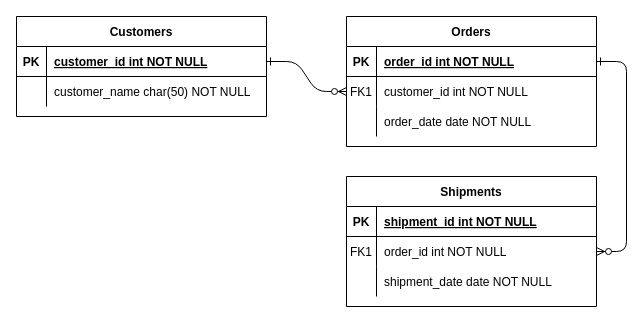
Above: Todo.drawio in Powerloop400/todo-app (draw.io), before the change. Source tidied: cells renumbered, new cells numbered last; positions are measured from the earlier drawing's top-left corner, leaving out a move shared by most shapes. Both pictures are drawn from the tidied source at 100%, with x=0, y=0 at pixel (16, 16).
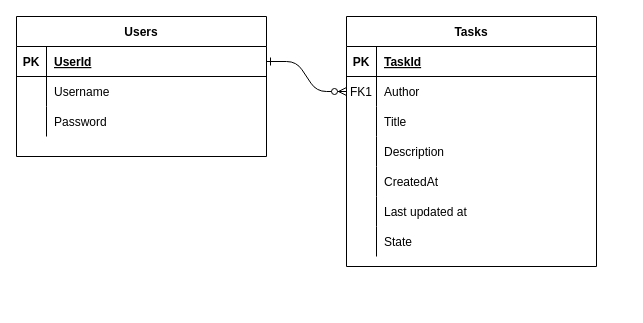
Above is the later version.

The change refers to these unchanged cells:
```xml
<mxCell id="5" style="shape=partialRectangle;fillColor=none;points=[[0,0.5],[1,0.5]];portConstraint=eastwest;top=0;left=0;right=0;bottom=1;" parent="4" vertex="1">
  <mxGeometry y="30" width="250" height="30" as="geometry" />
</mxCell>
<mxCell id="8" style="shape=partialRectangle;fillColor=none;points=[[0,0.5],[1,0.5]];portConstraint=eastwest;top=0;left=0;right=0;bottom=0;" parent="4" vertex="1">
  <mxGeometry y="60" width="250" height="30" as="geometry" />
</mxCell>
<mxCell id="11" style="shape=partialRectangle;fillColor=none;top=0;left=0;right=0;bottom=0;" parent="4" vertex="1">
  <mxGeometry y="90" width="250" height="30" as="geometry" />
</mxCell>
```

The edit, as a diff of the source:
```diff
@@
-    <mxCell id="3" style="edgeStyle=entityRelationEdgeStyle;endArrow=ERzeroToMany;startArrow=ERone;endFill=1;startFill=0;" parent="1" edge="1" source="5" target="18">
-      <mxGeometry relative="1" as="geometry" />
-    </mxCell>
+    <mxCell id="24" value="Users" style="shape=table;startSize=30;childLayout=tableLayout;rowLines=0;fontStyle=1;align=center;" parent="1" vertex="1">
+      <mxGeometry width="250" height="140" as="geometry" />
+    </mxCell>
+    <mxCell id="25" style="shape=partialRectangle;fillColor=none;points=[[0,0.5],[1,0.5]];portConstraint=eastwest;top=0;left=0;right=0;bottom=1;" parent="24" vertex="1">
+      <mxGeometry y="30" width="250" height="30" as="geometry" />
+    </mxCell>
+    <mxCell id="26" value="PK" style="shape=partialRectangle;overflow=hidden;fillColor=none;top=0;left=0;bottom=0;right=0;fontStyle=1;" parent="25" vertex="1">
+      <mxGeometry width="30" height="30" as="geometry" />
+    </mxCell>
+    <mxCell id="27" value="UserId" style="shape=partialRectangle;overflow=hidden;fillColor=none;top=0;left=0;bottom=0;right=0;align=left;spacingLeft=6;fontStyle=5;" parent="25" vertex="1">
+      <mxGeometry x="30" width="220" height="30" as="geometry" />
+    </mxCell>
+    <mxCell id="28" style="shape=partialRectangle;fillColor=none;top=0;left=0;right=0;bottom=0;" parent="24" vertex="1">
+      <mxGeometry y="60" width="250" height="30" as="geometry" />
+    </mxCell>
+    <mxCell id="29" style="shape=partialRectangle;overflow=hidden;fillColor=none;top=0;left=0;bottom=0;right=0;" parent="28" vertex="1">
+      <mxGeometry width="30" height="30" as="geometry" />
+    </mxCell>
+    <mxCell id="30" value="Username" style="shape=partialRectangle;overflow=hidden;fillColor=none;top=0;left=0;bottom=0;right=0;align=left;spacingLeft=6;" parent="28" vertex="1">
+      <mxGeometry x="30" width="220" height="30" as="geometry" />
+    </mxCell>
+    <mxCell id="21" style="shape=partialRectangle;fillColor=none;top=0;left=0;right=0;bottom=0;" parent="24" vertex="1">
+      <mxGeometry y="90" width="250" height="30" as="geometry" />
+    </mxCell>
+    <mxCell id="31" style="shape=partialRectangle;overflow=hidden;fillColor=none;top=0;left=0;bottom=0;right=0;" parent="21" vertex="1">
+      <mxGeometry width="30" height="30" as="geometry" />
+    </mxCell>
+    <mxCell id="32" value="Password" style="shape=partialRectangle;overflow=hidden;fillColor=none;top=0;left=0;bottom=0;right=0;align=left;spacingLeft=6;" parent="21" vertex="1">
+      <mxGeometry x="30" width="220" height="30" as="geometry" />
+    </mxCell>
-    <mxCell id="4" value="Orders" style="shape=table;startSize=30;childLayout=tableLayout;rowLines=0;fontStyle=1;align=center;" parent="1" vertex="1">
-      <mxGeometry x="330" width="250" height="130" as="geometry" />
+    <mxCell id="4" value="Tasks" style="shape=table;startSize=30;childLayout=tableLayout;rowLines=0;fontStyle=1;align=center;" parent="1" vertex="1">
+      <mxGeometry x="330" width="250" height="250" as="geometry" />
     </mxCell>
@@
-    <mxCell id="7" value="order_id int NOT NULL " style="shape=partialRectangle;overflow=hidden;fillColor=none;top=0;left=0;bottom=0;right=0;align=left;spacingLeft=6;fontStyle=5;" parent="5" vertex="1">
+    <mxCell id="7" value="TaskId" style="shape=partialRectangle;overflow=hidden;fillColor=none;top=0;left=0;bottom=0;right=0;align=left;spacingLeft=6;fontStyle=5;" parent="5" vertex="1">
       <mxGeometry x="30" width="220" height="30" as="geometry" />
     </mxCell>
@@
-    <mxCell id="10" value="customer_id int NOT NULL" style="shape=partialRectangle;overflow=hidden;fillColor=none;top=0;left=0;bottom=0;right=0;align=left;spacingLeft=6;" parent="8" vertex="1">
+    <mxCell id="10" value="Author" style="shape=partialRectangle;overflow=hidden;fillColor=none;top=0;left=0;bottom=0;right=0;align=left;spacingLeft=6;" parent="8" vertex="1">
       <mxGeometry x="30" width="220" height="30" as="geometry" />
     </mxCell>
@@
-    <mxCell id="13" value="order_date date NOT NULL" style="shape=partialRectangle;overflow=hidden;fillColor=none;top=0;left=0;bottom=0;right=0;align=left;spacingLeft=6;" parent="11" vertex="1">
+    <mxCell id="13" value="Title" style="shape=partialRectangle;overflow=hidden;fillColor=none;top=0;left=0;bottom=0;right=0;align=left;spacingLeft=6;" parent="11" vertex="1">
       <mxGeometry x="30" width="220" height="30" as="geometry" />
     </mxCell>
-    <mxCell id="14" value="Shipments" style="shape=table;startSize=30;childLayout=tableLayout;rowLines=0;fontStyle=1;align=center;" parent="1" vertex="1">
-      <mxGeometry x="330" y="160" width="250" height="130" as="geometry" />
-    </mxCell>
-    <mxCell id="15" style="shape=partialRectangle;fillColor=none;top=0;left=0;right=0;bottom=1;" parent="14" vertex="1">
-      <mxGeometry y="30" width="250" height="30" as="geometry" />
-    </mxCell>
-    <mxCell id="16" value="PK" style="shape=partialRectangle;overflow=hidden;fillColor=none;top=0;left=0;bottom=0;right=0;fontStyle=1;" parent="15" vertex="1">
-      <mxGeometry width="30" height="30" as="geometry" />
-    </mxCell>
-    <mxCell id="17" value="shipment_id int NOT NULL " style="shape=partialRectangle;overflow=hidden;fillColor=none;top=0;left=0;bottom=0;right=0;align=left;spacingLeft=6;fontStyle=5;" parent="15" vertex="1">
-      <mxGeometry x="30" width="220" height="30" as="geometry" />
-    </mxCell>
-    <mxCell id="18" style="shape=partialRectangle;fillColor=none;points=[[0,0.5],[1,0.5]];portConstraint=eastwest;top=0;left=0;right=0;bottom=0;" parent="14" vertex="1">
-      <mxGeometry y="60" width="250" height="30" as="geometry" />
-    </mxCell>
-    <mxCell id="19" value="FK1" style="shape=partialRectangle;overflow=hidden;fillColor=none;top=0;left=0;bottom=0;right=0;" parent="18" vertex="1">
-      <mxGeometry width="30" height="30" as="geometry" />
-    </mxCell>
-    <mxCell id="20" value="order_id int NOT NULL" style="shape=partialRectangle;overflow=hidden;fillColor=none;top=0;left=0;bottom=0;right=0;align=left;spacingLeft=6;" parent="18" vertex="1">
-      <mxGeometry x="30" width="220" height="30" as="geometry" />
-    </mxCell>
-    <mxCell id="21" style="shape=partialRectangle;fillColor=none;top=0;left=0;right=0;bottom=0;" parent="14" vertex="1">
-      <mxGeometry y="90" width="250" height="30" as="geometry" />
-    </mxCell>
-    <mxCell id="22" style="shape=partialRectangle;overflow=hidden;fillColor=none;top=0;left=0;bottom=0;right=0;" parent="21" vertex="1">
-      <mxGeometry width="30" height="30" as="geometry" />
-    </mxCell>
-    <mxCell id="23" value="shipment_date date NOT NULL" style="shape=partialRectangle;overflow=hidden;fillColor=none;top=0;left=0;bottom=0;right=0;align=left;spacingLeft=6;" parent="21" vertex="1">
-      <mxGeometry x="30" width="220" height="30" as="geometry" />
-    </mxCell>
-    <mxCell id="24" value="Customers" style="shape=table;startSize=30;childLayout=tableLayout;rowLines=0;fontStyle=1;align=center;" parent="1" vertex="1">
-      <mxGeometry width="250" height="100" as="geometry" />
-    </mxCell>
-    <mxCell id="25" style="shape=partialRectangle;fillColor=none;points=[[0,0.5],[1,0.5]];portConstraint=eastwest;top=0;left=0;right=0;bottom=1;" parent="24" vertex="1">
-      <mxGeometry y="30" width="250" height="30" as="geometry" />
-    </mxCell>
-    <mxCell id="26" value="PK" style="shape=partialRectangle;overflow=hidden;fillColor=none;top=0;left=0;bottom=0;right=0;fontStyle=1;" parent="25" vertex="1">
-      <mxGeometry width="30" height="30" as="geometry" />
-    </mxCell>
-    <mxCell id="27" value="customer_id int NOT NULL " style="shape=partialRectangle;overflow=hidden;fillColor=none;top=0;left=0;bottom=0;right=0;align=left;spacingLeft=6;fontStyle=5;" parent="25" vertex="1">
-      <mxGeometry x="30" width="220" height="30" as="geometry" />
-    </mxCell>
-    <mxCell id="28" style="shape=partialRectangle;fillColor=none;top=0;left=0;right=0;bottom=0;" parent="24" vertex="1">
-      <mxGeometry y="60" width="250" height="30" as="geometry" />
-    </mxCell>
-    <mxCell id="29" style="shape=partialRectangle;overflow=hidden;fillColor=none;top=0;left=0;bottom=0;right=0;" parent="28" vertex="1">
-      <mxGeometry width="30" height="30" as="geometry" />
-    </mxCell>
-    <mxCell id="30" value="customer_name char(50) NOT NULL" style="shape=partialRectangle;overflow=hidden;fillColor=none;top=0;left=0;bottom=0;right=0;align=left;spacingLeft=6;" parent="28" vertex="1">
-      <mxGeometry x="30" width="220" height="30" as="geometry" />
-    </mxCell>
+    <mxCell id="33" style="shape=partialRectangle;fillColor=none;top=0;left=0;right=0;bottom=0;" parent="4" vertex="1">
+      <mxGeometry y="120" width="250" height="30" as="geometry" />
+    </mxCell>
+    <mxCell id="34" style="shape=partialRectangle;overflow=hidden;fillColor=none;top=0;left=0;bottom=0;right=0;" parent="33" vertex="1">
+      <mxGeometry width="30" height="30" as="geometry" />
+    </mxCell>
+    <mxCell id="35" value="Description" style="shape=partialRectangle;overflow=hidden;fillColor=none;top=0;left=0;bottom=0;right=0;align=left;spacingLeft=6;" parent="33" vertex="1">
+      <mxGeometry x="30" width="220" height="30" as="geometry" />
+    </mxCell>
+    <mxCell id="36" style="shape=partialRectangle;fillColor=none;top=0;left=0;right=0;bottom=0;" parent="4" vertex="1">
+      <mxGeometry y="150" width="250" height="30" as="geometry" />
+    </mxCell>
+    <mxCell id="37" style="shape=partialRectangle;overflow=hidden;fillColor=none;top=0;left=0;bottom=0;right=0;" parent="36" vertex="1">
+      <mxGeometry width="30" height="30" as="geometry" />
+    </mxCell>
+    <mxCell id="38" value="CreatedAt " style="shape=partialRectangle;overflow=hidden;fillColor=none;top=0;left=0;bottom=0;right=0;align=left;spacingLeft=6;" parent="36" vertex="1">
+      <mxGeometry x="30" width="220" height="30" as="geometry" />
+    </mxCell>
+    <mxCell id="39" style="shape=partialRectangle;fillColor=none;top=0;left=0;right=0;bottom=0;" parent="4" vertex="1">
+      <mxGeometry y="180" width="250" height="30" as="geometry" />
+    </mxCell>
+    <mxCell id="40" style="shape=partialRectangle;overflow=hidden;fillColor=none;top=0;left=0;bottom=0;right=0;" parent="39" vertex="1">
+      <mxGeometry width="30" height="30" as="geometry" />
+    </mxCell>
+    <mxCell id="41" value="Last updated at " style="shape=partialRectangle;overflow=hidden;fillColor=none;top=0;left=0;bottom=0;right=0;align=left;spacingLeft=6;" parent="39" vertex="1">
+      <mxGeometry x="30" width="220" height="30" as="geometry" />
+    </mxCell>
+    <mxCell id="42" style="shape=partialRectangle;fillColor=none;top=0;left=0;right=0;bottom=0;" parent="4" vertex="1">
+      <mxGeometry y="210" width="250" height="30" as="geometry" />
+    </mxCell>
+    <mxCell id="43" style="shape=partialRectangle;overflow=hidden;fillColor=none;top=0;left=0;bottom=0;right=0;" parent="42" vertex="1">
+      <mxGeometry width="30" height="30" as="geometry" />
+    </mxCell>
+    <mxCell id="44" value="State" style="shape=partialRectangle;overflow=hidden;fillColor=none;top=0;left=0;bottom=0;right=0;align=left;spacingLeft=6;" parent="42" vertex="1">
+      <mxGeometry x="30" width="220" height="30" as="geometry" />
+    </mxCell>
```
